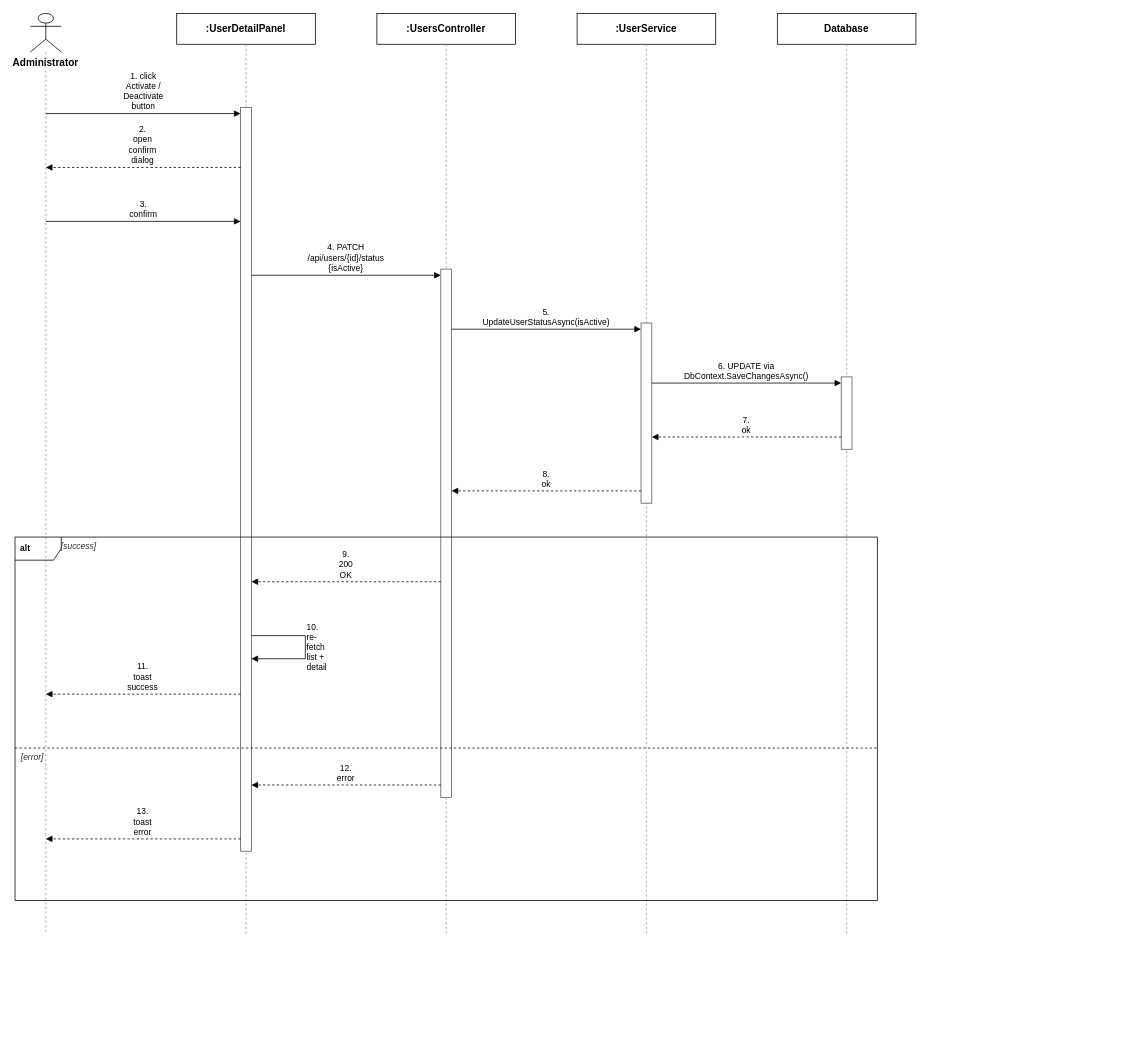
Before: docs/qa/Hien_SequenceDiagram/Report4_SequenceDiagram_Suspend-Activate_Account.drawio in tulklk/AI_Interview_Question_Generation_RAG_LLM_FE, a draw.io diagram. Source tidied: cells renumbered, new cells numbered last; positions are measured from the earlier drawing's top-left corner, leaving out a move shared by most shapes. Both pictures are drawn from the tidied source at 77%, with x=0, y=0 at pixel (15, 13).
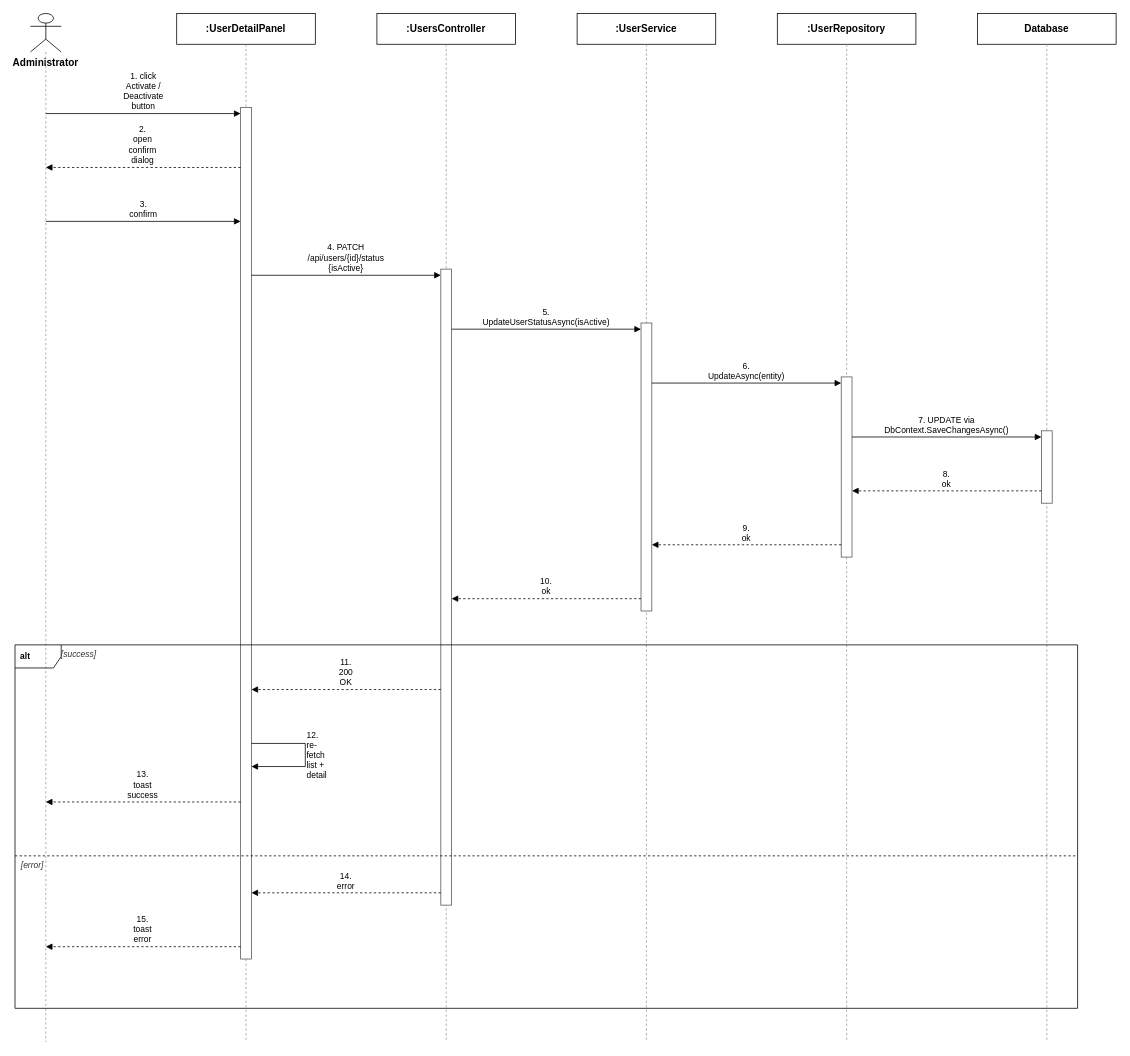
The same diagram, later.

Change to the diagram source:
```diff
@@
     <mxCell id="3" style="endArrow=none;dashed=1;html=1;strokeColor=#999999;" parent="1" edge="1">
       <mxGeometry relative="1" as="geometry">
         <mxPoint x="40" y="50" as="sourcePoint" />
-        <mxPoint x="40" y="1196" as="targetPoint" />
+        <mxPoint x="40" y="1336" as="targetPoint" />
       </mxGeometry>
     </mxCell>
@@
     <mxCell id="5" style="endArrow=none;dashed=1;html=1;strokeColor=#999999;" parent="1" edge="1">
       <mxGeometry relative="1" as="geometry">
         <mxPoint x="300" y="40" as="sourcePoint" />
-        <mxPoint x="300" y="1196" as="targetPoint" />
+        <mxPoint x="300" y="1336" as="targetPoint" />
       </mxGeometry>
     </mxCell>
@@
     <mxCell id="7" style="endArrow=none;dashed=1;html=1;strokeColor=#999999;" parent="1" edge="1">
       <mxGeometry relative="1" as="geometry">
         <mxPoint x="560" y="40" as="sourcePoint" />
-        <mxPoint x="560" y="1196" as="targetPoint" />
+        <mxPoint x="560" y="1336" as="targetPoint" />
       </mxGeometry>
     </mxCell>
@@
     <mxCell id="9" style="endArrow=none;dashed=1;html=1;strokeColor=#999999;" parent="1" edge="1">
       <mxGeometry relative="1" as="geometry">
         <mxPoint x="820" y="40" as="sourcePoint" />
-        <mxPoint x="820" y="1196" as="targetPoint" />
+        <mxPoint x="820" y="1336" as="targetPoint" />
       </mxGeometry>
     </mxCell>
-    <mxCell id="10" value="Database" style="rounded=0;whiteSpace=wrap;html=1;fontSize=13;fillColor=#ffffff;strokeColor=#000000;fontStyle=1;" parent="1" vertex="1">
+    <mxCell id="10" value=":UserRepository" style="rounded=0;whiteSpace=wrap;html=1;fontSize=13;fillColor=#ffffff;strokeColor=#000000;fontStyle=1;" parent="1" vertex="1">
       <mxGeometry x="990" width="180" height="40" as="geometry" />
     </mxCell>
     <mxCell id="11" style="endArrow=none;dashed=1;html=1;strokeColor=#999999;" parent="1" edge="1">
       <mxGeometry relative="1" as="geometry">
         <mxPoint x="1080" y="40" as="sourcePoint" />
-        <mxPoint x="1080" y="1196" as="targetPoint" />
+        <mxPoint x="1080" y="1336" as="targetPoint" />
       </mxGeometry>
     </mxCell>
-    <mxCell id="12" style="rounded=0;whiteSpace=wrap;html=1;fillColor=#ffffff;strokeColor=#555555;" parent="1" vertex="1">
-      <mxGeometry x="293" y="122" width="14" height="966" as="geometry" />
+    <mxCell id="12" value="Database" style="rounded=0;whiteSpace=wrap;html=1;fontSize=13;fillColor=#ffffff;strokeColor=#000000;fontStyle=1;" parent="1" vertex="1">
+      <mxGeometry x="1250" width="180" height="40" as="geometry" />
     </mxCell>
-    <mxCell id="13" style="rounded=0;whiteSpace=wrap;html=1;fillColor=#ffffff;strokeColor=#555555;" parent="1" vertex="1">
-      <mxGeometry x="553" y="332" width="14" height="686" as="geometry" />
+    <mxCell id="13" style="endArrow=none;dashed=1;html=1;strokeColor=#999999;" parent="1" edge="1">
+      <mxGeometry relative="1" as="geometry">
+        <mxPoint x="1340" y="40" as="sourcePoint" />
+        <mxPoint x="1340" y="1336" as="targetPoint" />
+      </mxGeometry>
     </mxCell>
     <mxCell id="14" style="rounded=0;whiteSpace=wrap;html=1;fillColor=#ffffff;strokeColor=#555555;" parent="1" vertex="1">
-      <mxGeometry x="813" y="402" width="14" height="234" as="geometry" />
+      <mxGeometry x="293" y="122" width="14" height="1106" as="geometry" />
     </mxCell>
     <mxCell id="15" style="rounded=0;whiteSpace=wrap;html=1;fillColor=#ffffff;strokeColor=#555555;" parent="1" vertex="1">
-      <mxGeometry x="1073" y="472" width="14" height="94" as="geometry" />
+      <mxGeometry x="553" y="332" width="14" height="826" as="geometry" />
     </mxCell>
-    <mxCell id="16" value="1. click Activate / Deactivate button" style="endArrow=block;endFill=1;html=1;whiteSpace=wrap;fontSize=11;align=center;verticalAlign=bottom;labelBackgroundColor=#ffffff;strokeColor=#000000;" parent="1" edge="1">
-      <mxGeometry relative="1" as="geometry">
-        <mxPoint x="40" y="130" as="sourcePoint" />
-        <mxPoint x="293" y="130" as="targetPoint" />
-      </mxGeometry>
+    <mxCell id="16" style="rounded=0;whiteSpace=wrap;html=1;fillColor=#ffffff;strokeColor=#555555;" parent="1" vertex="1">
+      <mxGeometry x="813" y="402" width="14" height="374" as="geometry" />
     </mxCell>
-    <mxCell id="17" value="2. open confirm dialog" style="endArrow=block;endFill=1;html=1;whiteSpace=wrap;dashed=1;fontSize=11;align=center;verticalAlign=bottom;labelBackgroundColor=#ffffff;strokeColor=#000000;" parent="1" edge="1">
-      <mxGeometry relative="1" as="geometry">
-        <mxPoint x="293" y="200" as="sourcePoint" />
-        <mxPoint x="40" y="200" as="targetPoint" />
-      </mxGeometry>
+    <mxCell id="17" style="rounded=0;whiteSpace=wrap;html=1;fillColor=#ffffff;strokeColor=#555555;" parent="1" vertex="1">
+      <mxGeometry x="1073" y="472" width="14" height="234" as="geometry" />
     </mxCell>
-    <mxCell id="18" value="3. confirm" style="endArrow=block;endFill=1;html=1;whiteSpace=wrap;fontSize=11;align=center;verticalAlign=bottom;labelBackgroundColor=#ffffff;strokeColor=#000000;" parent="1" edge="1">
-      <mxGeometry relative="1" as="geometry">
-        <mxPoint x="40" y="270" as="sourcePoint" />
-        <mxPoint x="293" y="270" as="targetPoint" />
-      </mxGeometry>
+    <mxCell id="18" style="rounded=0;whiteSpace=wrap;html=1;fillColor=#ffffff;strokeColor=#555555;" parent="1" vertex="1">
+      <mxGeometry x="1333" y="542" width="14" height="94" as="geometry" />
     </mxCell>
-    <mxCell id="19" value="4. PATCH /api/users/{id}/status {isActive}" style="endArrow=block;endFill=1;html=1;whiteSpace=wrap;fontSize=11;align=center;verticalAlign=bottom;labelBackgroundColor=#ffffff;strokeColor=#000000;" parent="1" edge="1">
+    <mxCell id="19" value="1. click Activate / Deactivate button" style="endArrow=block;endFill=1;html=1;whiteSpace=wrap;fontSize=11;align=center;verticalAlign=bottom;labelBackgroundColor=#ffffff;strokeColor=#000000;" parent="1" edge="1">
       <mxGeometry relative="1" as="geometry">
-        <mxPoint x="307" y="340" as="sourcePoint" />
-        <mxPoint x="553" y="340" as="targetPoint" />
+        <mxPoint x="40" y="130" as="sourcePoint" />
+        <mxPoint x="293" y="130" as="targetPoint" />
       </mxGeometry>
     </mxCell>
-    <mxCell id="20" value="5. UpdateUserStatusAsync(isActive)" style="endArrow=block;endFill=1;html=1;whiteSpace=wrap;fontSize=11;align=center;verticalAlign=bottom;labelBackgroundColor=#ffffff;strokeColor=#000000;" parent="1" edge="1">
+    <mxCell id="20" value="2. open confirm dialog" style="endArrow=block;endFill=1;html=1;whiteSpace=wrap;dashed=1;fontSize=11;align=center;verticalAlign=bottom;labelBackgroundColor=#ffffff;strokeColor=#000000;" parent="1" edge="1">
       <mxGeometry relative="1" as="geometry">
-        <mxPoint x="567" y="410" as="sourcePoint" />
-        <mxPoint x="813" y="410" as="targetPoint" />
+        <mxPoint x="293" y="200" as="sourcePoint" />
+        <mxPoint x="40" y="200" as="targetPoint" />
       </mxGeometry>
     </mxCell>
-    <mxCell id="21" value="6. UPDATE via DbContext.SaveChangesAsync()" style="endArrow=block;endFill=1;html=1;whiteSpace=wrap;fontSize=11;align=center;verticalAlign=bottom;labelBackgroundColor=#ffffff;strokeColor=#000000;" parent="1" edge="1">
+    <mxCell id="21" value="3. confirm" style="endArrow=block;endFill=1;html=1;whiteSpace=wrap;fontSize=11;align=center;verticalAlign=bottom;labelBackgroundColor=#ffffff;strokeColor=#000000;" parent="1" edge="1">
       <mxGeometry relative="1" as="geometry">
-        <mxPoint x="827" y="480" as="sourcePoint" />
-        <mxPoint x="1073" y="480" as="targetPoint" />
+        <mxPoint x="40" y="270" as="sourcePoint" />
+        <mxPoint x="293" y="270" as="targetPoint" />
       </mxGeometry>
     </mxCell>
-    <mxCell id="22" value="7. ok" style="endArrow=block;endFill=1;html=1;whiteSpace=wrap;dashed=1;fontSize=11;align=center;verticalAlign=bottom;labelBackgroundColor=#ffffff;strokeColor=#000000;" parent="1" edge="1">
+    <mxCell id="22" value="4. PATCH /api/users/{id}/status {isActive}" style="endArrow=block;endFill=1;html=1;whiteSpace=wrap;fontSize=11;align=center;verticalAlign=bottom;labelBackgroundColor=#ffffff;strokeColor=#000000;" parent="1" edge="1">
       <mxGeometry relative="1" as="geometry">
-        <mxPoint x="1073" y="550" as="sourcePoint" />
-        <mxPoint x="827" y="550" as="targetPoint" />
+        <mxPoint x="307" y="340" as="sourcePoint" />
+        <mxPoint x="553" y="340" as="targetPoint" />
       </mxGeometry>
     </mxCell>
-    <mxCell id="23" value="8. ok" style="endArrow=block;endFill=1;html=1;whiteSpace=wrap;dashed=1;fontSize=11;align=center;verticalAlign=bottom;labelBackgroundColor=#ffffff;strokeColor=#000000;" parent="1" edge="1">
+    <mxCell id="23" value="5. UpdateUserStatusAsync(isActive)" style="endArrow=block;endFill=1;html=1;whiteSpace=wrap;fontSize=11;align=center;verticalAlign=bottom;labelBackgroundColor=#ffffff;strokeColor=#000000;" parent="1" edge="1">
       <mxGeometry relative="1" as="geometry">
-        <mxPoint x="813" y="620" as="sourcePoint" />
-        <mxPoint x="567" y="620" as="targetPoint" />
+        <mxPoint x="567" y="410" as="sourcePoint" />
+        <mxPoint x="813" y="410" as="targetPoint" />
       </mxGeometry>
     </mxCell>
-    <mxCell id="24" value="9. 200 OK" style="endArrow=block;endFill=1;html=1;whiteSpace=wrap;dashed=1;fontSize=11;align=center;verticalAlign=bottom;labelBackgroundColor=#ffffff;strokeColor=#000000;" parent="1" edge="1">
+    <mxCell id="24" value="6. UpdateAsync(entity)" style="endArrow=block;endFill=1;html=1;whiteSpace=wrap;fontSize=11;align=center;verticalAlign=bottom;labelBackgroundColor=#ffffff;strokeColor=#000000;" parent="1" edge="1">
       <mxGeometry relative="1" as="geometry">
-        <mxPoint x="553" y="738" as="sourcePoint" />
-        <mxPoint x="307" y="738" as="targetPoint" />
+        <mxPoint x="827" y="480" as="sourcePoint" />
+        <mxPoint x="1073" y="480" as="targetPoint" />
       </mxGeometry>
     </mxCell>
-    <mxCell id="25" value="10. re-fetch list + detail" style="endArrow=block;endFill=1;html=1;whiteSpace=wrap;fontSize=11;align=left;verticalAlign=middle;labelBackgroundColor=#ffffff;rounded=0;strokeColor=#000000;" parent="1" edge="1">
+    <mxCell id="25" value="7. UPDATE via DbContext.SaveChangesAsync()" style="endArrow=block;endFill=1;html=1;whiteSpace=wrap;fontSize=11;align=center;verticalAlign=bottom;labelBackgroundColor=#ffffff;strokeColor=#000000;" parent="1" edge="1">
       <mxGeometry relative="1" as="geometry">
-        <mxPoint x="307" y="808" as="sourcePoint" />
-        <mxPoint x="307" y="838" as="targetPoint" />
-        <Array as="points">
-          <mxPoint x="377" y="808" />
-          <mxPoint x="377" y="838" />
-        </Array>
+        <mxPoint x="1087" y="550" as="sourcePoint" />
+        <mxPoint x="1333" y="550" as="targetPoint" />
       </mxGeometry>
     </mxCell>
-    <mxCell id="26" value="11. toast success" style="endArrow=block;endFill=1;html=1;whiteSpace=wrap;dashed=1;fontSize=11;align=center;verticalAlign=bottom;labelBackgroundColor=#ffffff;strokeColor=#000000;" parent="1" edge="1">
+    <mxCell id="26" value="8. ok" style="endArrow=block;endFill=1;html=1;whiteSpace=wrap;dashed=1;fontSize=11;align=center;verticalAlign=bottom;labelBackgroundColor=#ffffff;strokeColor=#000000;" parent="1" edge="1">
       <mxGeometry relative="1" as="geometry">
-        <mxPoint x="293" y="884" as="sourcePoint" />
-        <mxPoint x="40" y="884" as="targetPoint" />
+        <mxPoint x="1333" y="620" as="sourcePoint" />
+        <mxPoint x="1087" y="620" as="targetPoint" />
       </mxGeometry>
     </mxCell>
-    <mxCell id="27" value="12. error" style="endArrow=block;endFill=1;html=1;whiteSpace=wrap;dashed=1;fontSize=11;align=center;verticalAlign=bottom;labelBackgroundColor=#ffffff;strokeColor=#000000;" parent="1" edge="1">
+    <mxCell id="27" value="9. ok" style="endArrow=block;endFill=1;html=1;whiteSpace=wrap;dashed=1;fontSize=11;align=center;verticalAlign=bottom;labelBackgroundColor=#ffffff;strokeColor=#000000;" parent="1" edge="1">
       <mxGeometry relative="1" as="geometry">
-        <mxPoint x="553" y="1002" as="sourcePoint" />
-        <mxPoint x="307" y="1002" as="targetPoint" />
+        <mxPoint x="1073" y="690" as="sourcePoint" />
+        <mxPoint x="827" y="690" as="targetPoint" />
       </mxGeometry>
     </mxCell>
-    <mxCell id="28" value="13. toast error" style="endArrow=block;endFill=1;html=1;whiteSpace=wrap;dashed=1;fontSize=11;align=center;verticalAlign=bottom;labelBackgroundColor=#ffffff;strokeColor=#000000;" parent="1" edge="1">
+    <mxCell id="28" value="10. ok" style="endArrow=block;endFill=1;html=1;whiteSpace=wrap;dashed=1;fontSize=11;align=center;verticalAlign=bottom;labelBackgroundColor=#ffffff;strokeColor=#000000;" parent="1" edge="1">
       <mxGeometry relative="1" as="geometry">
-        <mxPoint x="293" y="1072" as="sourcePoint" />
-        <mxPoint x="40" y="1072" as="targetPoint" />
+        <mxPoint x="813" y="760" as="sourcePoint" />
+        <mxPoint x="567" y="760" as="targetPoint" />
       </mxGeometry>
     </mxCell>
-    <mxCell id="29" value="&lt;b&gt;&amp;nbsp;alt&amp;nbsp;&lt;/b&gt;" style="shape=umlFrame;whiteSpace=wrap;html=1;align=left;verticalAlign=top;fontSize=11;spacingLeft=2;spacingTop=2;strokeColor=#000000;fillColor=none;" parent="1" vertex="1">
-      <mxGeometry y="680" width="1120" height="472" as="geometry" />
+    <mxCell id="29" value="11. 200 OK" style="endArrow=block;endFill=1;html=1;whiteSpace=wrap;dashed=1;fontSize=11;align=center;verticalAlign=bottom;labelBackgroundColor=#ffffff;strokeColor=#000000;" parent="1" edge="1">
+      <mxGeometry relative="1" as="geometry">
+        <mxPoint x="553" y="878" as="sourcePoint" />
+        <mxPoint x="307" y="878" as="targetPoint" />
+      </mxGeometry>
     </mxCell>
-    <mxCell id="30" value="[success]" style="text;html=1;align=left;verticalAlign=middle;fontSize=11;fontColor=#333333;fontStyle=2;" parent="1" vertex="1">
-      <mxGeometry x="58" y="682" width="1056" height="20" as="geometry" />
+    <mxCell id="30" value="12. re-fetch list + detail" style="endArrow=block;endFill=1;html=1;whiteSpace=wrap;fontSize=11;align=left;verticalAlign=middle;labelBackgroundColor=#ffffff;rounded=0;strokeColor=#000000;" parent="1" edge="1">
+      <mxGeometry relative="1" as="geometry">
+        <mxPoint x="307" y="948" as="sourcePoint" />
+        <mxPoint x="307" y="978" as="targetPoint" />
+        <Array as="points">
+          <mxPoint x="377" y="948" />
+          <mxPoint x="377" y="978" />
+        </Array>
+      </mxGeometry>
     </mxCell>
-    <mxCell id="31" style="endArrow=none;dashed=1;html=1;strokeColor=#000000;" parent="1" edge="1">
+    <mxCell id="31" value="13. toast success" style="endArrow=block;endFill=1;html=1;whiteSpace=wrap;dashed=1;fontSize=11;align=center;verticalAlign=bottom;labelBackgroundColor=#ffffff;strokeColor=#000000;" parent="1" edge="1">
       <mxGeometry relative="1" as="geometry">
-        <mxPoint y="954" as="sourcePoint" />
-        <mxPoint x="1120" y="954" as="targetPoint" />
+        <mxPoint x="293" y="1024" as="sourcePoint" />
+        <mxPoint x="40" y="1024" as="targetPoint" />
       </mxGeometry>
     </mxCell>
-    <mxCell id="32" value="[error]" style="text;html=1;align=left;verticalAlign=middle;fontSize=11;fontColor=#333333;fontStyle=2;" parent="1" vertex="1">
-      <mxGeometry x="6" y="956" width="1108" height="20" as="geometry" />
+    <mxCell id="32" value="14. error" style="endArrow=block;endFill=1;html=1;whiteSpace=wrap;dashed=1;fontSize=11;align=center;verticalAlign=bottom;labelBackgroundColor=#ffffff;strokeColor=#000000;" parent="1" edge="1">
+      <mxGeometry relative="1" as="geometry">
+        <mxPoint x="553" y="1142" as="sourcePoint" />
+        <mxPoint x="307" y="1142" as="targetPoint" />
+      </mxGeometry>
     </mxCell>
+    <mxCell id="33" value="15. toast error" style="endArrow=block;endFill=1;html=1;whiteSpace=wrap;dashed=1;fontSize=11;align=center;verticalAlign=bottom;labelBackgroundColor=#ffffff;strokeColor=#000000;" parent="1" edge="1">
+      <mxGeometry relative="1" as="geometry">
+        <mxPoint x="293" y="1212" as="sourcePoint" />
+        <mxPoint x="40" y="1212" as="targetPoint" />
+      </mxGeometry>
+    </mxCell>
+    <mxCell id="34" value="&lt;b&gt;&amp;nbsp;alt&amp;nbsp;&lt;/b&gt;" style="shape=umlFrame;whiteSpace=wrap;html=1;align=left;verticalAlign=top;fontSize=11;spacingLeft=2;spacingTop=2;strokeColor=#000000;fillColor=none;" parent="1" vertex="1">
+      <mxGeometry y="820" width="1380" height="472" as="geometry" />
+    </mxCell>
+    <mxCell id="35" value="[success]" style="text;html=1;align=left;verticalAlign=middle;fontSize=11;fontColor=#333333;fontStyle=2;" parent="1" vertex="1">
+      <mxGeometry x="58" y="822" width="1316" height="20" as="geometry" />
+    </mxCell>
+    <mxCell id="36" style="endArrow=none;dashed=1;html=1;strokeColor=#000000;" parent="1" edge="1">
+      <mxGeometry relative="1" as="geometry">
+        <mxPoint y="1094" as="sourcePoint" />
+        <mxPoint x="1380" y="1094" as="targetPoint" />
+      </mxGeometry>
+    </mxCell>
+    <mxCell id="37" value="[error]" style="text;html=1;align=left;verticalAlign=middle;fontSize=11;fontColor=#333333;fontStyle=2;" parent="1" vertex="1">
+      <mxGeometry x="6" y="1096" width="1368" height="20" as="geometry" />
+    </mxCell>
```
